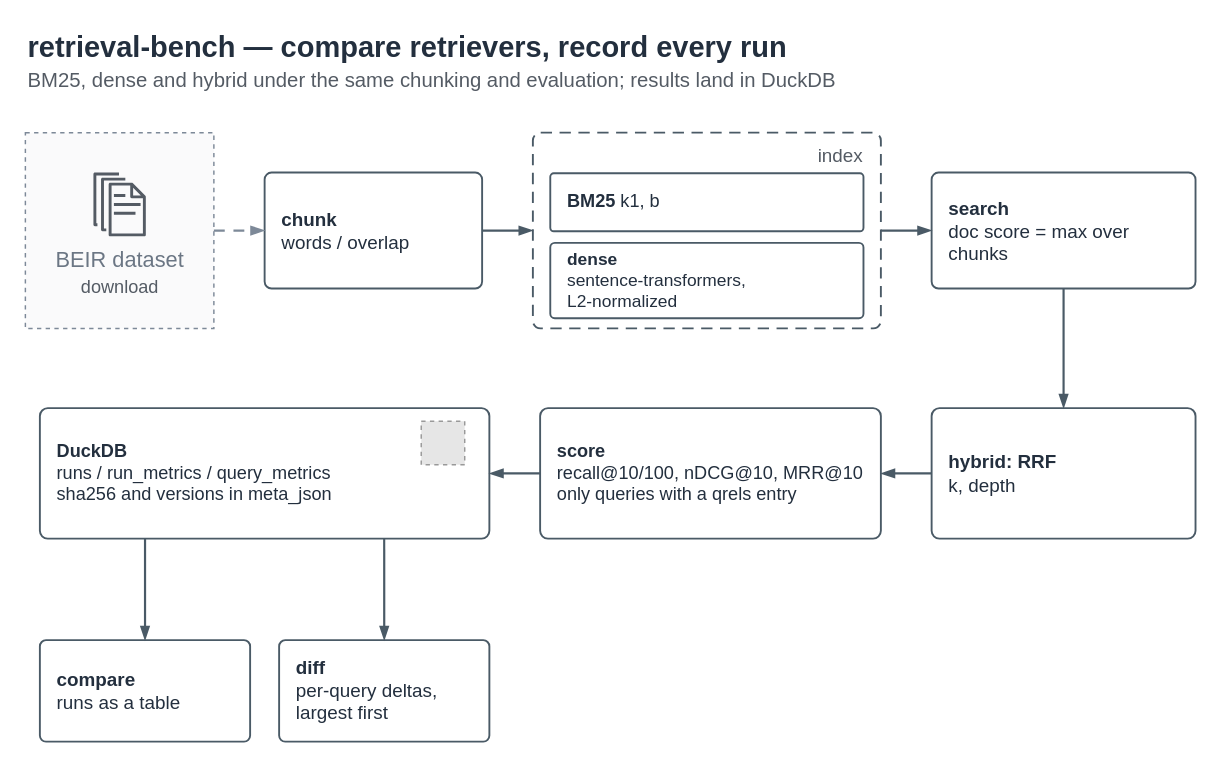
dkurokawa/retrieval-bench keeps this draw.io diagram as docs/architecture.drawio. Above is the earlier version. Source tidied: cells renumbered, new cells numbered last; positions are measured from the earlier drawing's top-left corner, leaving out a move shared by most shapes. Both pictures are drawn from the tidied source at 145%, with x=0, y=0 at pixel (25, 25). Pictures stored in the file or linked from it are replaced by grey dashed boxes.
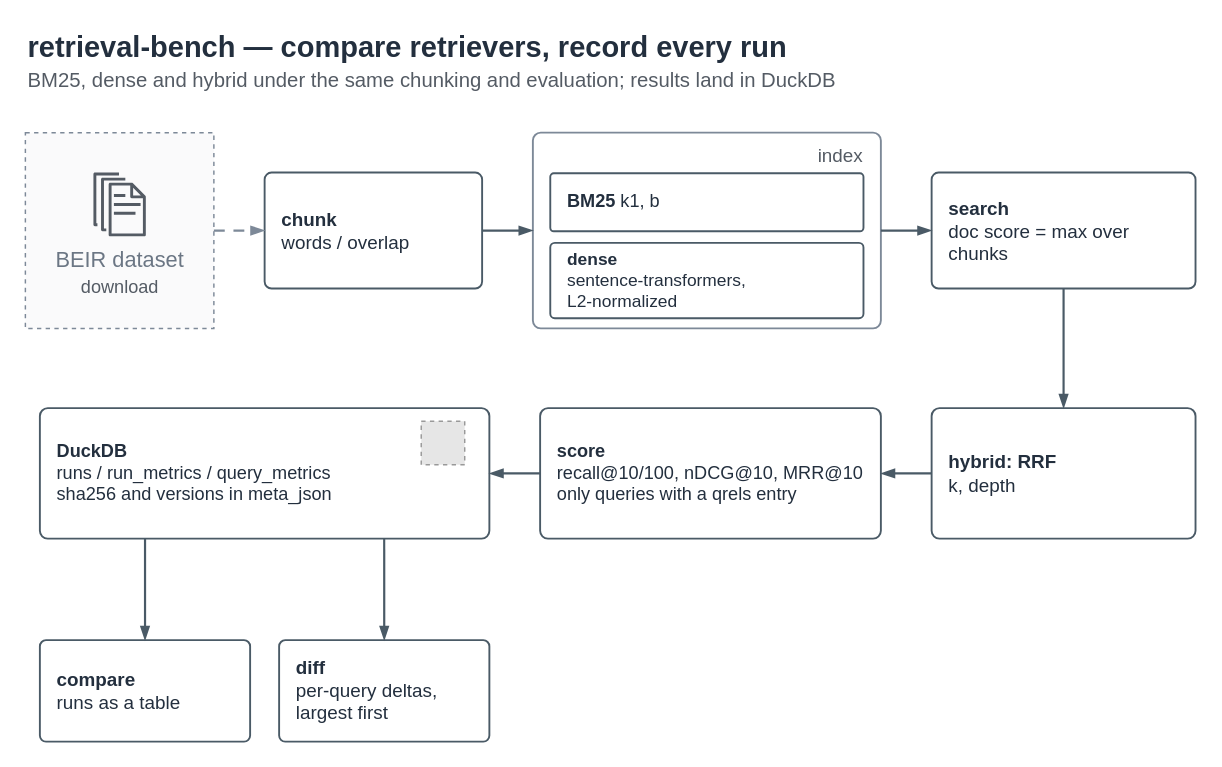
After the change.

Change to the diagram source:
```diff
@@
-    <mxCell id="8" value="index" style="rounded=1;arcSize=4;html=1;whiteSpace=wrap;fillColor=none;strokeColor=#4A5A66;strokeWidth=1.3;dashed=1;dashPattern=6 4;verticalAlign=top;align=right;spacingRight=10;spacingTop=2;fontSize=13;fontColor=#545B64;" parent="1" vertex="1">
+    <mxCell id="8" value="index" style="rounded=1;arcSize=4;html=1;whiteSpace=wrap;fillColor=none;strokeColor=#7D8998;strokeWidth=1.3;verticalAlign=top;align=right;spacingRight=10;spacingTop=2;fontSize=13;fontColor=#545B64;" parent="1" vertex="1">
       <mxGeometry x="350" y="74" width="240" height="135" as="geometry" />
     </mxCell>
```
